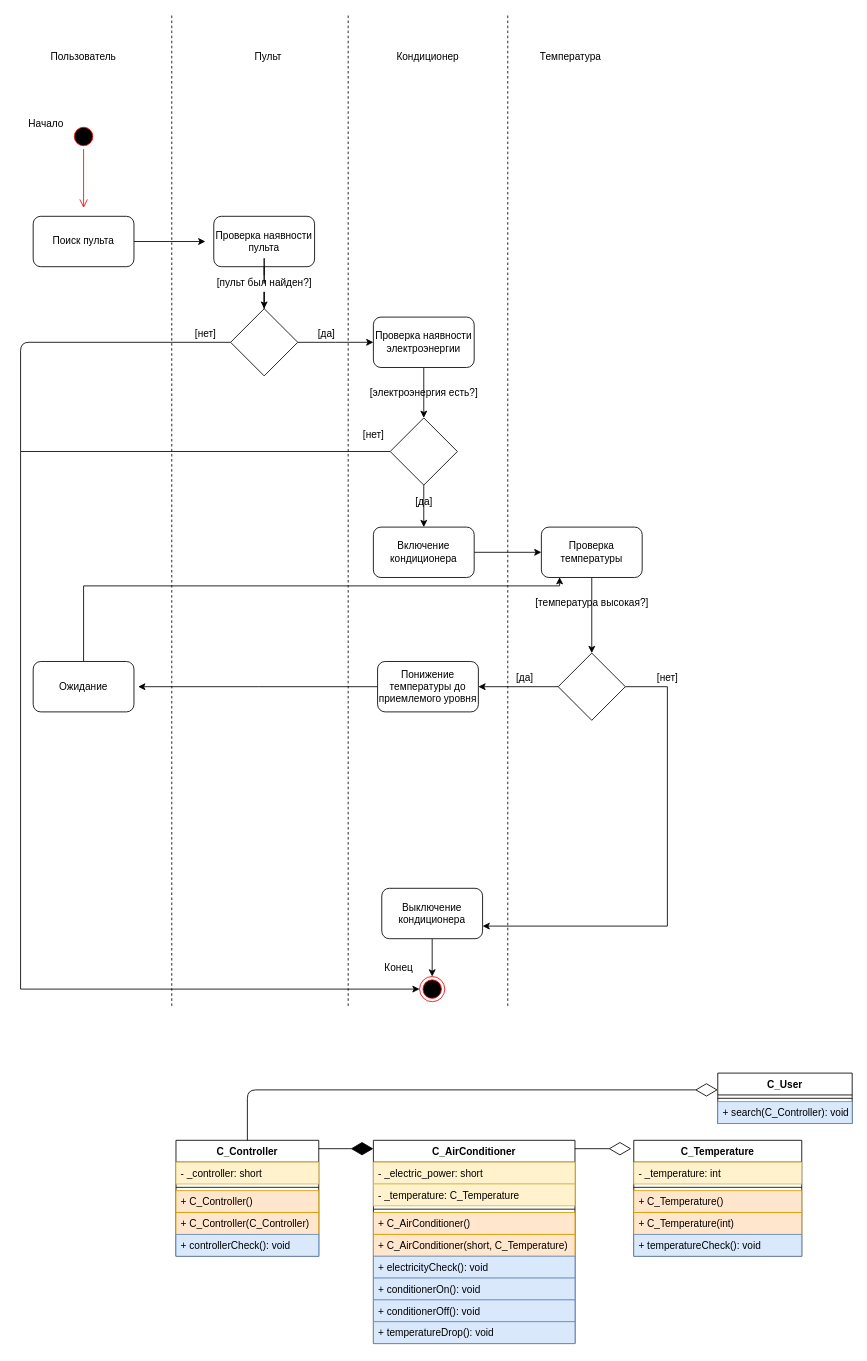
Above: Untitled Diagram.drawio in Bogdan0012/UML-works (draw.io), before the change. Source tidied: cells renumbered, new cells numbered last; positions are measured from the earlier drawing's top-left corner, leaving out a move shared by most shapes. Both pictures are drawn from the tidied source at 84%, with x=0, y=0 at pixel (20, 14).
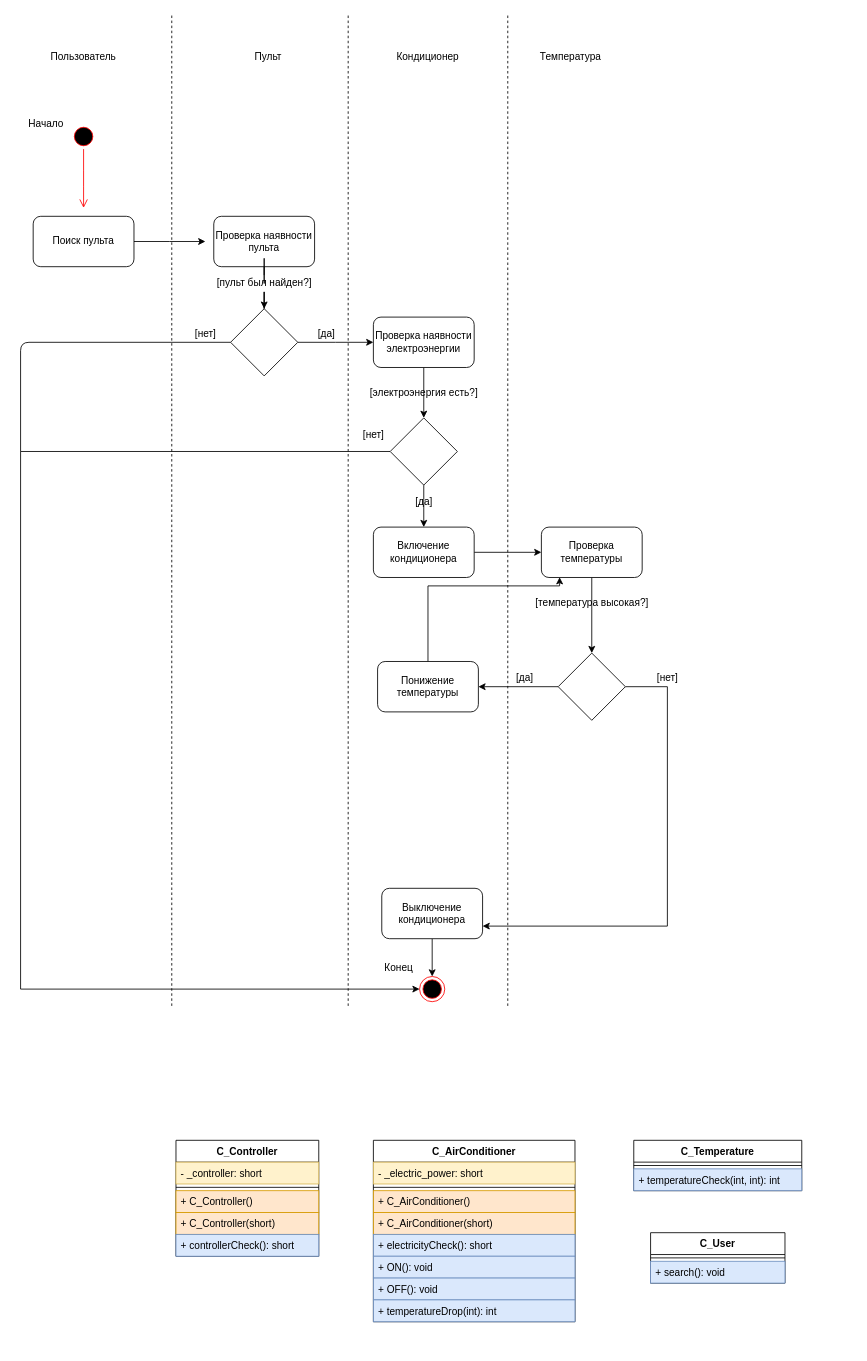
The same page after the edit.

Commit message:
UML Exam Diagram.drawio

Unchanged cells that the change refers to:
```xml
<mxCell id="33" value="Проверка температуры" style="rounded=1;whiteSpace=wrap;html=1;" parent="1" vertex="1">
  <mxGeometry x="620" y="610" width="120" height="60" as="geometry" />
</mxCell>
<mxCell id="51" value="C_Controller" style="swimlane;fontStyle=1;align=center;verticalAlign=top;horizontal=1;startSize=26;" parent="1" vertex="1">
  <mxGeometry x="185" y="1340" width="170" height="138" as="geometry" />
</mxCell>
```

What changed in the source:
```diff
@@
-    <mxCell id="21" style="edgeStyle=orthogonalEdgeStyle;rounded=0;jettySize=auto;html=1;entryX=0.181;entryY=0.994;entryDx=0;entryDy=0;entryPerimeter=0;" parent="1" edge="1" source="22" target="33">
+    <mxCell id="21" style="edgeStyle=orthogonalEdgeStyle;rounded=0;jettySize=auto;html=1;entryX=0.181;entryY=0.994;entryDx=0;entryDy=0;entryPerimeter=0;exitX=0.5;exitY=0;exitDx=0;exitDy=0;" parent="1" edge="1" source="40" target="33">
       <mxGeometry relative="1" as="geometry">
         <Array as="points">
-          <mxPoint x="75" y="680" />
+          <mxPoint x="485" y="680" />
           <mxPoint x="642" y="680" />
         </Array>
       </mxGeometry>
     </mxCell>
-    <mxCell id="22" value="Ожидание" style="rounded=1;whiteSpace=wrap;html=1;" parent="1" vertex="1">
-      <mxGeometry x="15" y="770" width="120" height="60" as="geometry" />
-    </mxCell>
@@
-    <mxCell id="39" style="edgeStyle=orthogonalEdgeStyle;rounded=0;jettySize=auto;html=1;" parent="1" edge="1" source="40">
-      <mxGeometry relative="1" as="geometry">
-        <mxPoint x="140" y="800" as="targetPoint" />
-      </mxGeometry>
-    </mxCell>
-    <mxCell id="40" value="Понижение температуры до приемлемого уровня" style="rounded=1;whiteSpace=wrap;html=1;" parent="1" vertex="1">
+    <mxCell id="40" value="Понижение температуры" style="rounded=1;whiteSpace=wrap;html=1;" parent="1" vertex="1">
       <mxGeometry x="425" y="770" width="120" height="60" as="geometry" />
     </mxCell>
@@
     <mxCell id="48" value="C_User" style="swimlane;fontStyle=1;align=center;verticalAlign=top;horizontal=1;startSize=26;" parent="1" vertex="1">
-      <mxGeometry x="830" y="1260" width="160" height="60" as="geometry" />
+      <mxGeometry x="750" y="1450" width="160" height="60" as="geometry" />
     </mxCell>
@@
-    <mxCell id="50" value="+ search(C_Controller): void" style="text;strokeColor=#6c8ebf;fillColor=#dae8fc;align=left;verticalAlign=top;spacingLeft=4;spacingRight=4;overflow=hidden;" parent="48" vertex="1">
+    <mxCell id="50" value="+ search(): void" style="text;strokeColor=#6c8ebf;fillColor=#dae8fc;align=left;verticalAlign=top;spacingLeft=4;spacingRight=4;overflow=hidden;" parent="48" vertex="1">
       <mxGeometry y="34" width="160" height="26" as="geometry" />
     </mxCell>
@@
-    <mxCell id="55" value="+ C_Controller(C_Controller)" style="text;strokeColor=#d79b00;fillColor=#ffe6cc;align=left;verticalAlign=top;spacingLeft=4;spacingRight=4;overflow=hidden;" parent="51" vertex="1">
+    <mxCell id="55" value="+ C_Controller(short)" style="text;strokeColor=#d79b00;fillColor=#ffe6cc;align=left;verticalAlign=top;spacingLeft=4;spacingRight=4;overflow=hidden;" parent="51" vertex="1">
       <mxGeometry y="86" width="170" height="26" as="geometry" />
     </mxCell>
-    <mxCell id="56" value="+ controllerCheck(): void" style="text;strokeColor=#6c8ebf;fillColor=#dae8fc;align=left;verticalAlign=top;spacingLeft=4;spacingRight=4;overflow=hidden;" parent="51" vertex="1">
+    <mxCell id="56" value="+ controllerCheck(): short" style="text;strokeColor=#6c8ebf;fillColor=#dae8fc;align=left;verticalAlign=top;spacingLeft=4;spacingRight=4;overflow=hidden;" parent="51" vertex="1">
       <mxGeometry y="112" width="170" height="26" as="geometry" />
     </mxCell>
     <mxCell id="57" value="C_AirConditioner" style="swimlane;fontStyle=1;align=center;verticalAlign=top;horizontal=1;startSize=26;" parent="1" vertex="1">
-      <mxGeometry x="420" y="1340" width="240" height="242" as="geometry" />
+      <mxGeometry x="420" y="1340" width="240" height="216" as="geometry" />
     </mxCell>
@@
-    <mxCell id="59" value="- _temperature: C_Temperature" style="text;strokeColor=#d6b656;fillColor=#fff2cc;align=left;verticalAlign=top;spacingLeft=4;spacingRight=4;overflow=hidden;" parent="57" vertex="1">
-      <mxGeometry y="52" width="240" height="26" as="geometry" />
-    </mxCell>
     <mxCell id="60" style="line;strokeWidth=1;fillColor=none;align=left;verticalAlign=middle;spacingTop=-1;spacingLeft=3;spacingRight=3;labelPosition=right;" parent="57" vertex="1">
-      <mxGeometry y="78" width="240" height="8" as="geometry" />
+      <mxGeometry y="52" width="240" height="8" as="geometry" />
     </mxCell>
     <mxCell id="61" value="+ C_AirConditioner()" style="text;strokeColor=#d79b00;fillColor=#ffe6cc;align=left;verticalAlign=top;spacingLeft=4;spacingRight=4;overflow=hidden;" parent="57" vertex="1">
-      <mxGeometry y="86" width="240" height="26" as="geometry" />
+      <mxGeometry y="60" width="240" height="26" as="geometry" />
     </mxCell>
-    <mxCell id="62" value="+ C_AirConditioner(short, C_Temperature)" style="text;strokeColor=#d79b00;fillColor=#ffe6cc;align=left;verticalAlign=top;spacingLeft=4;spacingRight=4;overflow=hidden;" parent="57" vertex="1">
-      <mxGeometry y="112" width="240" height="26" as="geometry" />
+    <mxCell id="62" value="+ C_AirConditioner(short)" style="text;strokeColor=#d79b00;fillColor=#ffe6cc;align=left;verticalAlign=top;spacingLeft=4;spacingRight=4;overflow=hidden;" parent="57" vertex="1">
+      <mxGeometry y="86" width="240" height="26" as="geometry" />
     </mxCell>
-    <mxCell id="63" value="+ electricityCheck(): void" style="text;strokeColor=#6c8ebf;fillColor=#dae8fc;align=left;verticalAlign=top;spacingLeft=4;spacingRight=4;overflow=hidden;" parent="57" vertex="1">
-      <mxGeometry y="138" width="240" height="26" as="geometry" />
+    <mxCell id="63" value="+ electricityCheck(): short" style="text;strokeColor=#6c8ebf;fillColor=#dae8fc;align=left;verticalAlign=top;spacingLeft=4;spacingRight=4;overflow=hidden;" parent="57" vertex="1">
+      <mxGeometry y="112" width="240" height="26" as="geometry" />
     </mxCell>
-    <mxCell id="64" value="+ conditionerOn(): void" style="text;strokeColor=#6c8ebf;fillColor=#dae8fc;align=left;verticalAlign=top;spacingLeft=4;spacingRight=4;overflow=hidden;" parent="57" vertex="1">
-      <mxGeometry y="164" width="240" height="26" as="geometry" />
+    <mxCell id="64" value="+ ON(): void" style="text;strokeColor=#6c8ebf;fillColor=#dae8fc;align=left;verticalAlign=top;spacingLeft=4;spacingRight=4;overflow=hidden;" parent="57" vertex="1">
+      <mxGeometry y="138" width="240" height="26" as="geometry" />
     </mxCell>
-    <mxCell id="65" value="+ conditionerOff(): void" style="text;strokeColor=#6c8ebf;fillColor=#dae8fc;align=left;verticalAlign=top;spacingLeft=4;spacingRight=4;overflow=hidden;" parent="57" vertex="1">
-      <mxGeometry y="190" width="240" height="26" as="geometry" />
+    <mxCell id="65" value="+ OFF(): void" style="text;strokeColor=#6c8ebf;fillColor=#dae8fc;align=left;verticalAlign=top;spacingLeft=4;spacingRight=4;overflow=hidden;" parent="57" vertex="1">
+      <mxGeometry y="164" width="240" height="26" as="geometry" />
     </mxCell>
-    <mxCell id="66" value="+ temperatureDrop(): void" style="text;strokeColor=#6c8ebf;fillColor=#dae8fc;align=left;verticalAlign=top;spacingLeft=4;spacingRight=4;overflow=hidden;" parent="57" vertex="1">
-      <mxGeometry y="216" width="240" height="26" as="geometry" />
+    <mxCell id="66" value="+ temperatureDrop(int): int" style="text;strokeColor=#6c8ebf;fillColor=#dae8fc;align=left;verticalAlign=top;spacingLeft=4;spacingRight=4;overflow=hidden;" parent="57" vertex="1">
+      <mxGeometry y="190" width="240" height="26" as="geometry" />
     </mxCell>
     <mxCell id="67" value="C_Temperature" style="swimlane;fontStyle=1;align=center;verticalAlign=top;horizontal=1;startSize=26;" parent="1" vertex="1">
-      <mxGeometry x="730" y="1340" width="200" height="138" as="geometry" />
+      <mxGeometry x="730" y="1340" width="200" height="60" as="geometry" />
     </mxCell>
-    <mxCell id="68" value="- _temperature: int" style="text;strokeColor=#d6b656;fillColor=#fff2cc;align=left;verticalAlign=top;spacingLeft=4;spacingRight=4;overflow=hidden;" parent="67" vertex="1">
-      <mxGeometry y="26" width="200" height="26" as="geometry" />
-    </mxCell>
     <mxCell id="69" style="line;strokeWidth=1;fillColor=none;align=left;verticalAlign=middle;spacingTop=-1;spacingLeft=3;spacingRight=3;labelPosition=right;" parent="67" vertex="1">
-      <mxGeometry y="52" width="200" height="8" as="geometry" />
+      <mxGeometry y="26" width="200" height="8" as="geometry" />
     </mxCell>
-    <mxCell id="70" value="+ C_Temperature()" style="text;strokeColor=#d79b00;fillColor=#ffe6cc;align=left;verticalAlign=top;spacingLeft=4;spacingRight=4;overflow=hidden;" parent="67" vertex="1">
-      <mxGeometry y="60" width="200" height="26" as="geometry" />
-    </mxCell>
-    <mxCell id="71" value="+ C_Temperature(int)" style="text;strokeColor=#d79b00;fillColor=#ffe6cc;align=left;verticalAlign=top;spacingLeft=4;spacingRight=4;overflow=hidden;" parent="67" vertex="1">
-      <mxGeometry y="86" width="200" height="26" as="geometry" />
-    </mxCell>
-    <mxCell id="72" value="+ temperatureCheck(): void" style="text;strokeColor=#6c8ebf;fillColor=#dae8fc;align=left;verticalAlign=top;spacingLeft=4;spacingRight=4;overflow=hidden;" parent="67" vertex="1">
-      <mxGeometry y="112" width="200" height="26" as="geometry" />
+    <mxCell id="72" value="+ temperatureCheck(int, int): int" style="text;strokeColor=#6c8ebf;fillColor=#dae8fc;align=left;verticalAlign=top;spacingLeft=4;spacingRight=4;overflow=hidden;" parent="67" vertex="1">
+      <mxGeometry y="34" width="200" height="26" as="geometry" />
     </mxCell>
-    <mxCell id="73" style="endArrow=diamondThin;endFill=1;endSize=24;html=1;" parent="1" edge="1">
-      <mxGeometry relative="1" as="geometry">
-        <mxPoint x="355" y="1350" as="sourcePoint" />
-        <mxPoint x="420" y="1350" as="targetPoint" />
-      </mxGeometry>
-    </mxCell>
-    <mxCell id="74" style="endArrow=diamondThin;endFill=0;endSize=24;html=1;exitX=0.5;exitY=0;exitDx=0;exitDy=0;" parent="1" edge="1" source="51">
-      <mxGeometry relative="1" as="geometry">
-        <mxPoint x="830" y="1280" as="targetPoint" />
-        <Array as="points">
-          <mxPoint x="270" y="1280" />
-        </Array>
-      </mxGeometry>
-    </mxCell>
-    <mxCell id="75" style="endArrow=diamondThin;endFill=0;endSize=24;html=1;" parent="1" edge="1">
-      <mxGeometry relative="1" as="geometry">
-        <mxPoint x="660" y="1350" as="sourcePoint" />
-        <mxPoint x="727" y="1350" as="targetPoint" />
-      </mxGeometry>
-    </mxCell>
```
